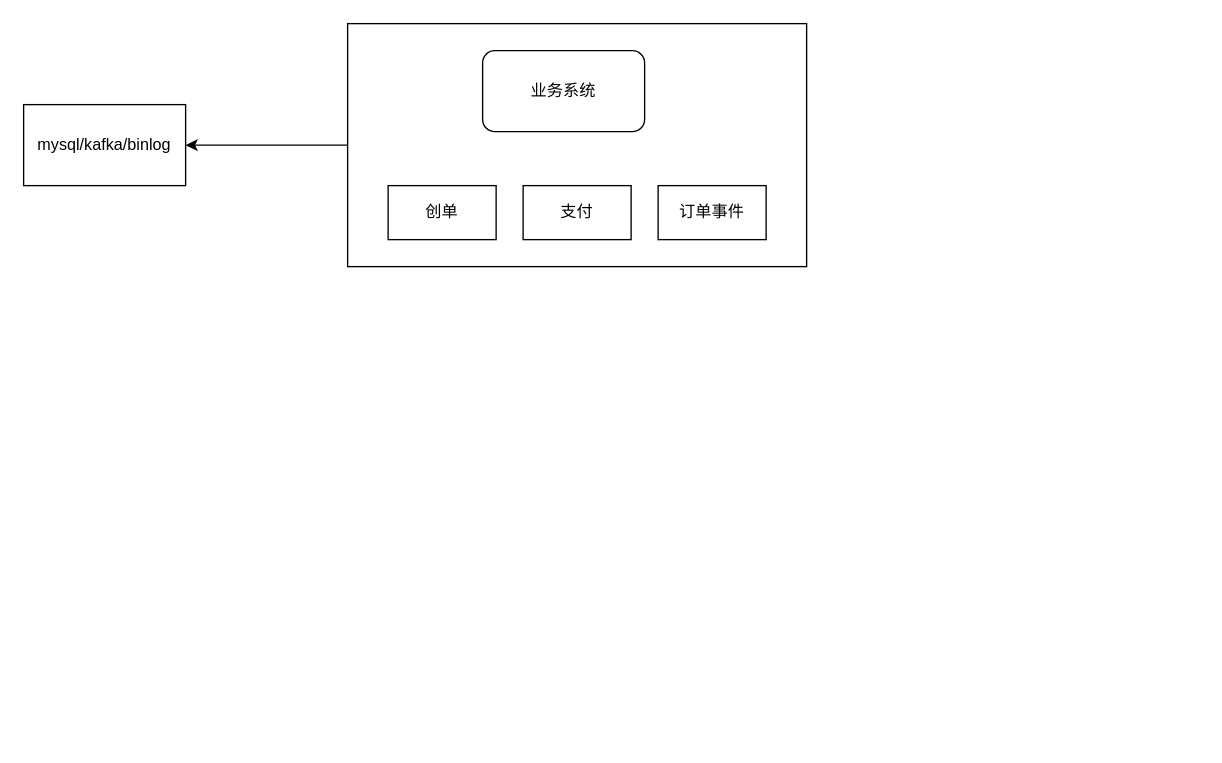
Earlier version of the draw.io diagram page "订单风控系统" (14 of 14) of source/diagrams/hotel.drawio (wxquare/wxquare.github.io). Source tidied: cells renumbered, new cells numbered last; positions are measured from the earlier drawing's top-left corner, leaving out a move shared by most shapes. Both pictures are drawn from the tidied source at 135%, with x=0, y=0 at pixel (23, 23).
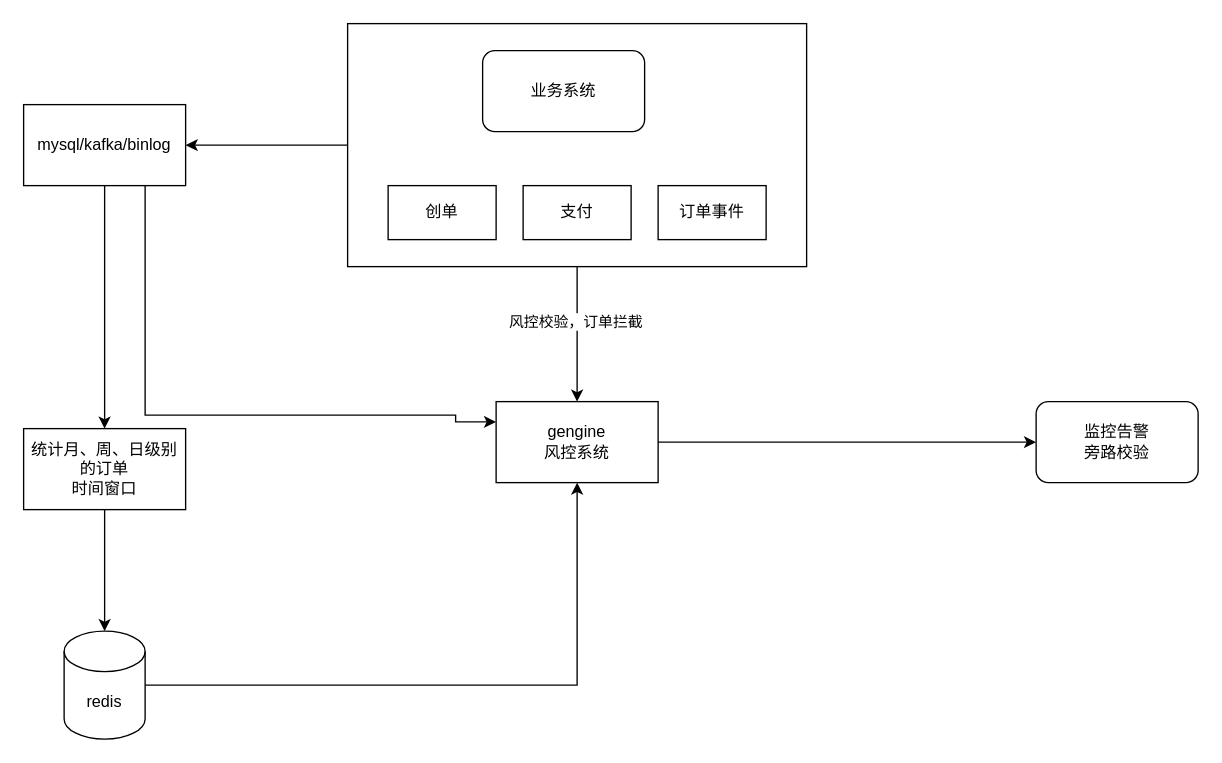
The same diagram, later.

The change refers to these unchanged cells:
```xml
<mxCell id="3" style="rounded=0;whiteSpace=wrap;html=1;" parent="1" vertex="1">
  <mxGeometry x="240" width="340" height="180" as="geometry" />
</mxCell>
<mxCell id="8" value="mysql/kafka/binlog" style="rounded=0;whiteSpace=wrap;html=1;" parent="1" vertex="1">
  <mxGeometry y="60" width="120" height="60" as="geometry" />
</mxCell>
```

Diff of the diagram source:
```diff
@@
+    <mxCell id="9" style="edgeStyle=orthogonalEdgeStyle;rounded=0;jettySize=auto;html=1;exitX=0.5;exitY=1;exitDx=0;exitDy=0;entryX=0.5;entryY=0;entryDx=0;entryDy=0;" parent="1" edge="1" source="3" target="18">
+      <mxGeometry relative="1" as="geometry" />
+    </mxCell>
+    <mxCell id="10" value="风控校验，订单拦截" style="edgeLabel;html=1;align=center;verticalAlign=middle;" parent="9" vertex="1">
+      <mxGeometry x="-0.2" y="-2" relative="1" as="geometry" />
+    </mxCell>
@@
+    <mxCell id="11" style="edgeStyle=orthogonalEdgeStyle;rounded=0;jettySize=auto;html=1;exitX=0.5;exitY=1;exitDx=0;exitDy=0;" parent="1" edge="1" source="8">
+      <mxGeometry relative="1" as="geometry">
+        <mxPoint x="60" y="300" as="targetPoint" />
+      </mxGeometry>
+    </mxCell>
+    <mxCell id="12" style="edgeStyle=orthogonalEdgeStyle;rounded=0;jettySize=auto;html=1;exitX=0.75;exitY=1;exitDx=0;exitDy=0;entryX=0;entryY=0.25;entryDx=0;entryDy=0;" parent="1" edge="1" source="8" target="18">
+      <mxGeometry relative="1" as="geometry">
+        <Array as="points">
+          <mxPoint x="90" y="290" />
+          <mxPoint x="320" y="290" />
+        </Array>
+      </mxGeometry>
+    </mxCell>
@@
+    <mxCell id="13" style="edgeStyle=orthogonalEdgeStyle;rounded=0;jettySize=auto;html=1;exitX=0.5;exitY=1;exitDx=0;exitDy=0;" parent="1" edge="1" source="14" target="16">
+      <mxGeometry relative="1" as="geometry" />
+    </mxCell>
+    <mxCell id="14" value="统计月、周、日级别的订单&lt;div&gt;时间窗口&lt;/div&gt;" style="rounded=0;whiteSpace=wrap;html=1;" parent="1" vertex="1">
+      <mxGeometry y="300" width="120" height="60" as="geometry" />
+    </mxCell>
+    <mxCell id="15" style="edgeStyle=orthogonalEdgeStyle;rounded=0;jettySize=auto;html=1;exitX=1;exitY=0.5;exitDx=0;exitDy=0;exitPerimeter=0;entryX=0.5;entryY=1;entryDx=0;entryDy=0;" parent="1" edge="1" source="16" target="18">
+      <mxGeometry relative="1" as="geometry" />
+    </mxCell>
+    <mxCell id="16" value="redis" style="shape=cylinder3;whiteSpace=wrap;html=1;boundedLbl=1;backgroundOutline=1;size=15;" parent="1" vertex="1">
+      <mxGeometry x="30" y="450" width="60" height="80" as="geometry" />
+    </mxCell>
+    <mxCell id="17" style="edgeStyle=orthogonalEdgeStyle;rounded=0;jettySize=auto;html=1;exitX=1;exitY=0.5;exitDx=0;exitDy=0;" parent="1" edge="1" source="18">
+      <mxGeometry relative="1" as="geometry">
+        <mxPoint x="750" y="310" as="targetPoint" />
+      </mxGeometry>
+    </mxCell>
+    <mxCell id="18" value="gengine&lt;div&gt;风控系统&lt;/div&gt;" style="rounded=0;whiteSpace=wrap;html=1;" parent="1" vertex="1">
+      <mxGeometry x="350" y="280" width="120" height="60" as="geometry" />
+    </mxCell>
+    <mxCell id="19" value="监控告警&lt;div&gt;旁路校验&lt;/div&gt;" style="rounded=1;whiteSpace=wrap;html=1;" parent="1" vertex="1">
+      <mxGeometry x="750" y="280" width="120" height="60" as="geometry" />
+    </mxCell>
```
